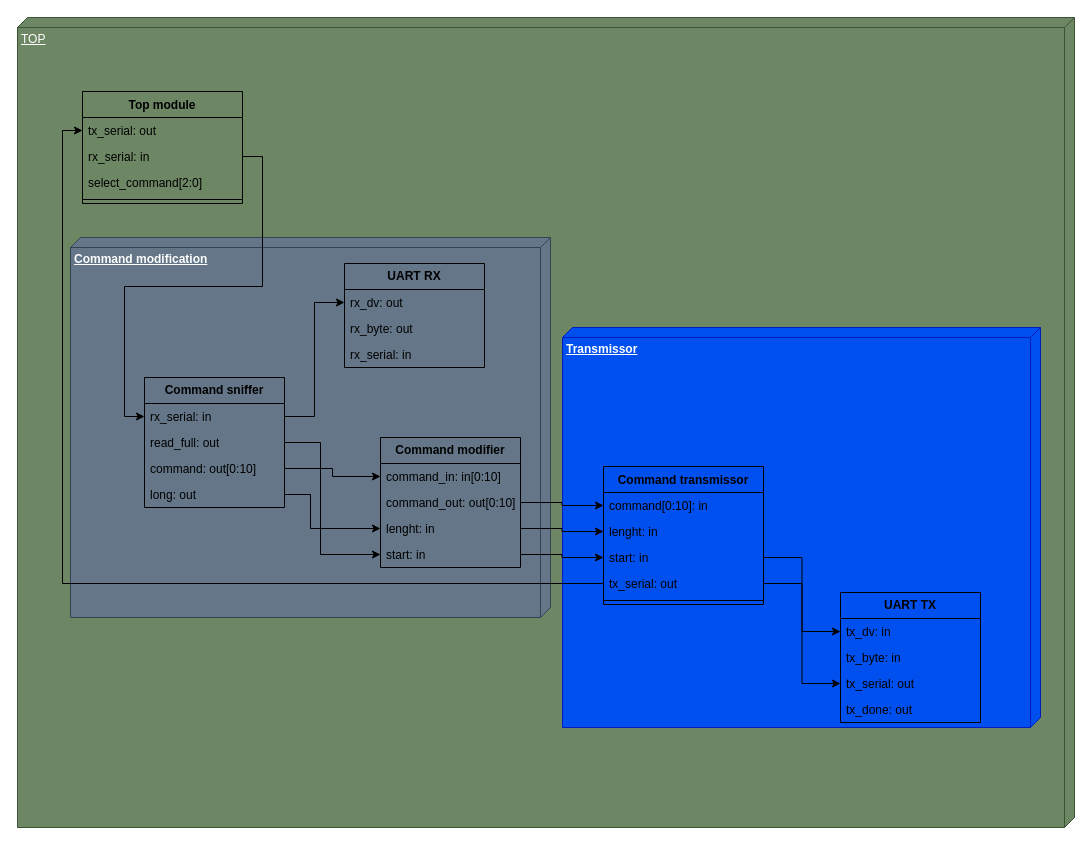
Before: MITM_Type2_ComponentsDiagram.drawio in AlmuHS/AX12A_FPGA_Controller, a draw.io diagram. Source tidied: cells renumbered, new cells numbered last; positions are measured from the earlier drawing's top-left corner, leaving out a move shared by most shapes. Both pictures are drawn from the tidied source at 100%, with x=0, y=0 at pixel (17, 17).
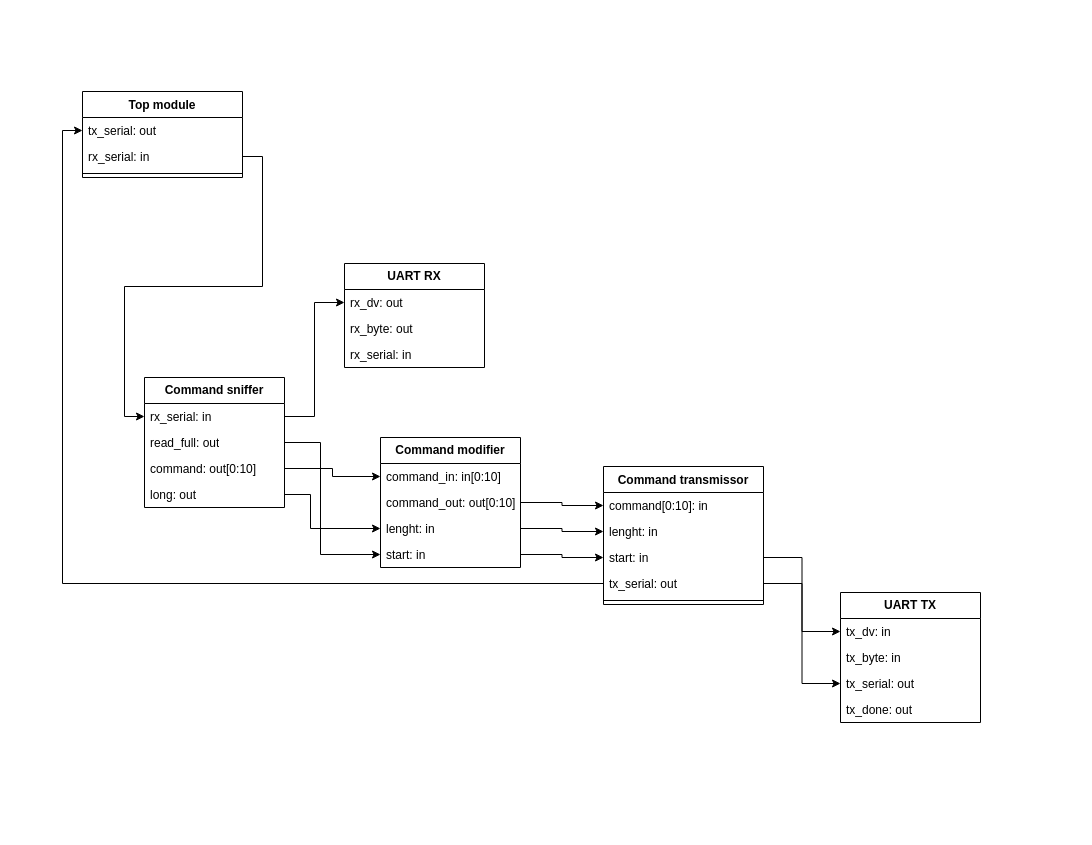
The same diagram, later.

What changed in the source:
```diff
@@
-<mxGraphModel background="#ffffff">
+<mxGraphModel>
@@
-    <mxCell id="2" value="TOP" style="verticalAlign=top;align=left;spacingTop=8;spacingLeft=2;spacingRight=12;shape=cube;size=10;direction=south;fontStyle=4;html=1;whiteSpace=wrap;labelBackgroundColor=none;fillColor=#6d8764;fontColor=#ffffff;strokeColor=#3A5431;" parent="1" vertex="1">
-      <mxGeometry width="1057" height="810" as="geometry" />
-    </mxCell>
-    <mxCell id="3" value="&lt;b&gt;Command modification&lt;/b&gt;" style="verticalAlign=top;align=left;spacingTop=8;spacingLeft=2;spacingRight=12;shape=cube;size=10;direction=south;fontStyle=4;html=1;whiteSpace=wrap;fillColor=#647687;fontColor=#ffffff;strokeColor=#314354;" parent="1" vertex="1">
-      <mxGeometry x="53" y="220" width="480" height="380" as="geometry" />
-    </mxCell>
-    <mxCell id="4" value="&lt;b&gt;Transmissor&lt;/b&gt;" style="verticalAlign=top;align=left;spacingTop=8;spacingLeft=2;spacingRight=12;shape=cube;size=10;direction=south;fontStyle=4;html=1;whiteSpace=wrap;fillColor=#0050ef;fontColor=#ffffff;strokeColor=#001DBC;" parent="1" vertex="1">
-      <mxGeometry x="545" y="310" width="478" height="400" as="geometry" />
-    </mxCell>
     <mxCell id="5" value="Top module" style="swimlane;fontStyle=1;align=center;verticalAlign=top;horizontal=1;startSize=26;whiteSpace=wrap;html=1;fillColor=none;labelBackgroundColor=none;" parent="1" vertex="1">
-      <mxGeometry x="65" y="74" width="160" height="112" as="geometry" />
+      <mxGeometry x="65" y="74" width="160" height="86" as="geometry" />
     </mxCell>
@@
-    <mxCell id="8" value="select_command[2:0]" style="text;strokeColor=none;fillColor=none;align=left;verticalAlign=top;spacingLeft=4;spacingRight=4;overflow=hidden;whiteSpace=wrap;html=1;labelBackgroundColor=none;" parent="5" vertex="1">
-      <mxGeometry y="78" width="160" height="26" as="geometry" />
-    </mxCell>
     <mxCell id="9" style="line;strokeWidth=1;fillColor=none;align=left;verticalAlign=middle;spacingTop=-1;spacingLeft=3;spacingRight=3;labelPosition=right;labelBackgroundColor=none;" parent="5" vertex="1">
-      <mxGeometry y="104" width="160" height="8" as="geometry" />
+      <mxGeometry y="78" width="160" height="8" as="geometry" />
     </mxCell>
```
